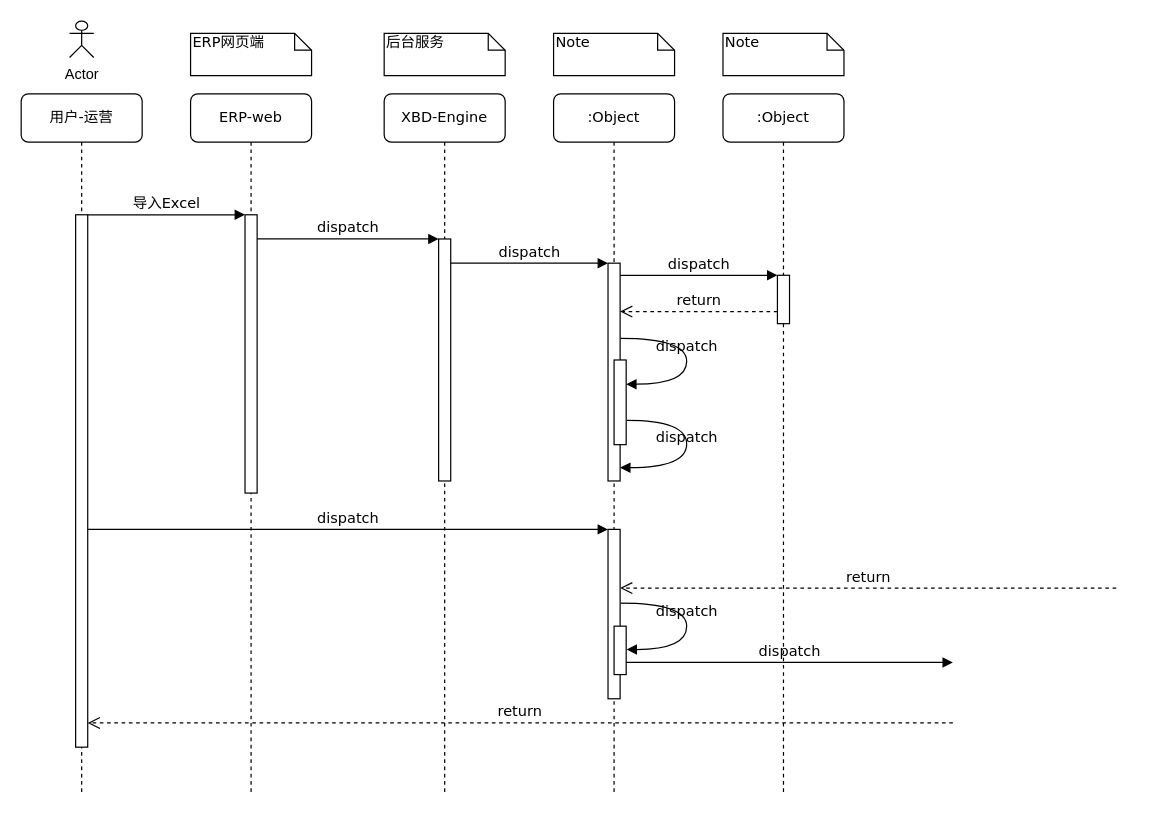
This is 未命名绘图.drawio from unclequentin/diagrams, a draw.io file, before an edit. Source tidied: cells renumbered, new cells numbered last; positions are measured from the earlier drawing's top-left corner, leaving out a move shared by most shapes. Both pictures are drawn from the tidied source at 121%, with x=0, y=0 at pixel (21, 21).
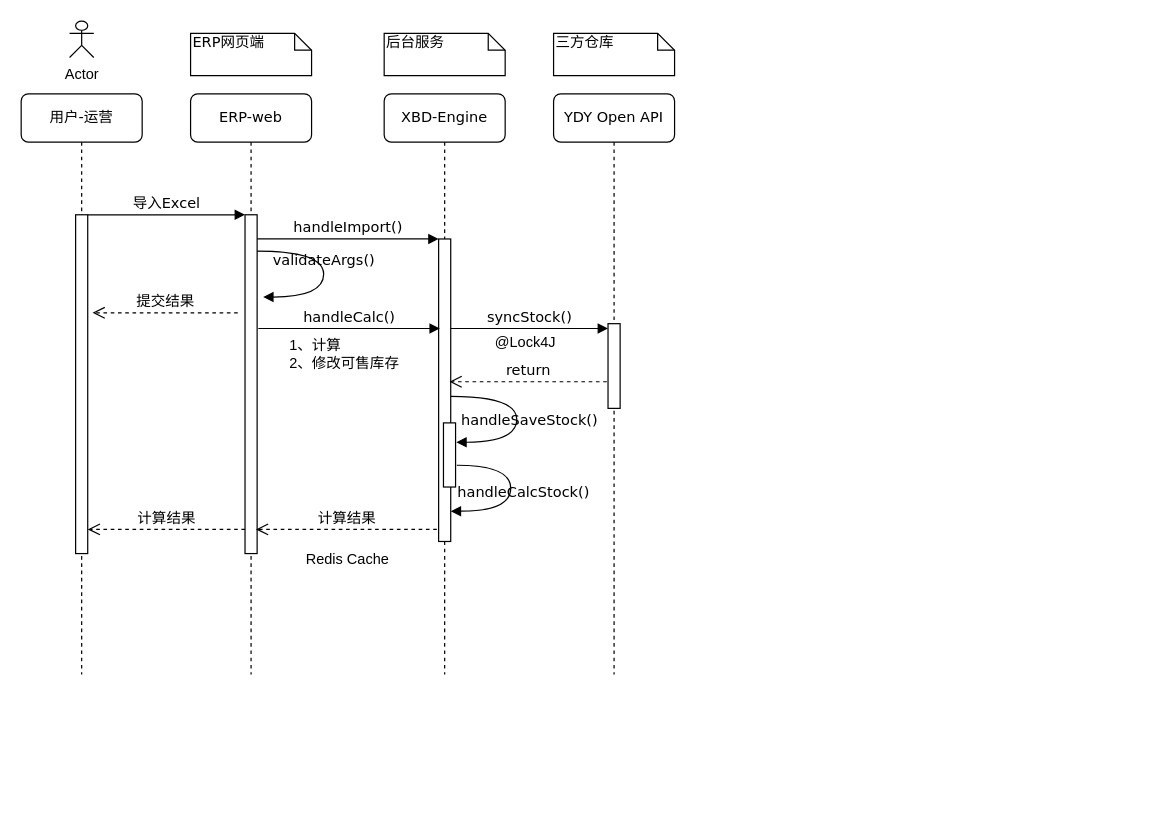
The same diagram, later.

Commit message:
更新未命名绘图.drawio

Diff of the diagram source:
```diff
@@
     <mxCell id="2" value="ERP-web" style="shape=umlLifeline;perimeter=lifelinePerimeter;whiteSpace=wrap;html=1;rounded=1;shadow=0;comic=0;labelBackgroundColor=none;strokeWidth=1;fontFamily=Verdana;fontSize=12;align=center;" parent="1" vertex="1">
-      <mxGeometry x="140" y="60" width="100" height="580" as="geometry" />
+      <mxGeometry x="140" y="60" width="100" height="480" as="geometry" />
     </mxCell>
     <mxCell id="3" style="html=1;points=[];perimeter=orthogonalPerimeter;rounded=0;shadow=0;comic=0;labelBackgroundColor=none;strokeWidth=1;fontFamily=Verdana;fontSize=12;align=center;" parent="2" vertex="1">
-      <mxGeometry x="45" y="100" width="10" height="230" as="geometry" />
+      <mxGeometry x="45" y="100" width="10" height="280" as="geometry" />
     </mxCell>
+    <mxCell id="32" value="提交结果" style="html=1;verticalAlign=bottom;endArrow=open;dashed=1;endSize=8;labelBackgroundColor=none;fontFamily=Verdana;fontSize=12;edgeStyle=elbowEdgeStyle;elbow=vertical;" parent="2" edge="1">
+      <mxGeometry relative="1" as="geometry">
+        <mxPoint x="39" y="181" as="sourcePoint" />
+        <mxPoint x="-81" y="181" as="targetPoint" />
+        <Array as="points">
+          <mxPoint x="-16" y="181" />
+          <mxPoint x="14" y="181" />
+        </Array>
+      </mxGeometry>
+    </mxCell>
+    <mxCell id="33" value="validateArgs()" style="html=1;verticalAlign=bottom;endArrow=block;labelBackgroundColor=none;fontFamily=Verdana;fontSize=12;elbow=vertical;edgeStyle=orthogonalEdgeStyle;curved=1;entryX=1;entryY=0.286;entryPerimeter=0;exitX=1.038;exitY=0.345;exitPerimeter=0;" parent="2" edge="1">
+      <mxGeometry relative="1" as="geometry">
+        <mxPoint x="55" y="130" as="sourcePoint" />
+        <mxPoint x="60" y="168" as="targetPoint" />
+        <Array as="points">
+          <mxPoint x="110" y="130" />
+          <mxPoint x="110" y="168" />
+        </Array>
+      </mxGeometry>
+    </mxCell>
+    <mxCell id="34" value="计算结果" style="html=1;verticalAlign=bottom;endArrow=open;dashed=1;endSize=8;labelBackgroundColor=none;fontFamily=Verdana;fontSize=12;edgeStyle=elbowEdgeStyle;elbow=vertical;entryX=1;entryY=0.929;entryDx=0;entryDy=0;entryPerimeter=0;" parent="2" edge="1" target="9">
+      <mxGeometry relative="1" as="geometry">
+        <mxPoint x="45" y="360" as="sourcePoint" />
+        <Array as="points">
+          <mxPoint x="-49.5" y="360" />
+          <mxPoint x="-19.5" y="360" />
+        </Array>
+      </mxGeometry>
+    </mxCell>
     <mxCell id="4" value="XBD-Engine" style="shape=umlLifeline;perimeter=lifelinePerimeter;whiteSpace=wrap;html=1;rounded=1;shadow=0;comic=0;labelBackgroundColor=none;strokeWidth=1;fontFamily=Verdana;fontSize=12;align=center;" parent="1" vertex="1">
-      <mxGeometry x="300" y="60" width="100" height="580" as="geometry" />
+      <mxGeometry x="300" y="60" width="100" height="480" as="geometry" />
     </mxCell>
     <mxCell id="5" style="html=1;points=[];perimeter=orthogonalPerimeter;rounded=0;shadow=0;comic=0;labelBackgroundColor=none;strokeWidth=1;fontFamily=Verdana;fontSize=12;align=center;" parent="4" vertex="1">
-      <mxGeometry x="45" y="120" width="10" height="200" as="geometry" />
+      <mxGeometry x="45" y="120" width="10" height="250" as="geometry" />
     </mxCell>
+    <mxCell id="23" value="handleSaveStock()" style="html=1;verticalAlign=bottom;endArrow=block;labelBackgroundColor=none;fontFamily=Verdana;fontSize=12;elbow=vertical;edgeStyle=orthogonalEdgeStyle;curved=1;entryX=1;entryY=0.286;entryPerimeter=0;exitX=1.038;exitY=0.345;exitPerimeter=0;" parent="4" edge="1">
+      <mxGeometry x="0.16" y="10" relative="1" as="geometry">
+        <mxPoint x="55" y="250.1" as="sourcePoint" />
+        <mxPoint x="59.6" y="288" as="targetPoint" />
+        <Array as="points">
+          <mxPoint x="109.6" y="250" />
+          <mxPoint x="109.6" y="288" />
+        </Array>
+      </mxGeometry>
+    </mxCell>
+    <mxCell id="22" style="html=1;points=[];perimeter=orthogonalPerimeter;rounded=0;shadow=0;comic=0;labelBackgroundColor=none;strokeWidth=1;fontFamily=Verdana;fontSize=12;align=center;" parent="4" vertex="1">
+      <mxGeometry x="49" y="272" width="10" height="53" as="geometry" />
+    </mxCell>
+    <mxCell id="35" value="handleCalcStock()" style="html=1;verticalAlign=bottom;endArrow=block;labelBackgroundColor=none;fontFamily=Verdana;fontSize=12;elbow=vertical;edgeStyle=orthogonalEdgeStyle;curved=1;" parent="4" edge="1">
+      <mxGeometry x="0.16" y="10" relative="1" as="geometry">
+        <mxPoint x="60" y="307" as="sourcePoint" />
+        <mxPoint x="55" y="345" as="targetPoint" />
+        <Array as="points">
+          <mxPoint x="104.6" y="306.9" />
+          <mxPoint x="104.6" y="344.9" />
+        </Array>
+      </mxGeometry>
+    </mxCell>
-    <mxCell id="6" value=":Object" style="shape=umlLifeline;perimeter=lifelinePerimeter;whiteSpace=wrap;html=1;rounded=1;shadow=0;comic=0;labelBackgroundColor=none;strokeWidth=1;fontFamily=Verdana;fontSize=12;align=center;" parent="1" vertex="1">
-      <mxGeometry x="440" y="60" width="100" height="580" as="geometry" />
+    <mxCell id="6" value="YDY Open API" style="shape=umlLifeline;perimeter=lifelinePerimeter;whiteSpace=wrap;html=1;rounded=1;shadow=0;comic=0;labelBackgroundColor=none;strokeWidth=1;fontFamily=Verdana;fontSize=12;align=center;" parent="1" vertex="1">
+      <mxGeometry x="440" y="60" width="100" height="480" as="geometry" />
     </mxCell>
-    <mxCell id="7" value=":Object" style="shape=umlLifeline;perimeter=lifelinePerimeter;whiteSpace=wrap;html=1;rounded=1;shadow=0;comic=0;labelBackgroundColor=none;strokeWidth=1;fontFamily=Verdana;fontSize=12;align=center;" parent="1" vertex="1">
-      <mxGeometry x="580" y="60" width="100" height="580" as="geometry" />
-    </mxCell>
     <mxCell id="8" value="用户-运营" style="shape=umlLifeline;perimeter=lifelinePerimeter;whiteSpace=wrap;html=1;rounded=1;shadow=0;comic=0;labelBackgroundColor=none;strokeWidth=1;fontFamily=Verdana;fontSize=12;align=center;" parent="1" vertex="1">
-      <mxGeometry y="60" width="100" height="580" as="geometry" />
+      <mxGeometry y="60" width="100" height="480" as="geometry" />
     </mxCell>
     <mxCell id="9" style="html=1;points=[];perimeter=orthogonalPerimeter;rounded=0;shadow=0;comic=0;labelBackgroundColor=none;strokeWidth=1;fontFamily=Verdana;fontSize=12;align=center;" parent="8" vertex="1">
-      <mxGeometry x="45" y="100" width="10" height="440" as="geometry" />
+      <mxGeometry x="45" y="100" width="10" height="280" as="geometry" />
     </mxCell>
     <mxCell id="10" style="html=1;points=[];perimeter=orthogonalPerimeter;rounded=0;shadow=0;comic=0;labelBackgroundColor=none;strokeWidth=1;fontFamily=Verdana;fontSize=12;align=center;" parent="1" vertex="1">
-      <mxGeometry x="485" y="200" width="10" height="180" as="geometry" />
+      <mxGeometry x="485" y="250" width="10" height="70" as="geometry" />
     </mxCell>
-    <mxCell id="11" value="dispatch" style="html=1;verticalAlign=bottom;endArrow=block;labelBackgroundColor=none;fontFamily=Verdana;fontSize=12;edgeStyle=elbowEdgeStyle;elbow=vertical;" parent="1" edge="1" source="5" target="10">
+    <mxCell id="11" value="syncStock()" style="html=1;verticalAlign=bottom;endArrow=block;labelBackgroundColor=none;fontFamily=Verdana;fontSize=12;edgeStyle=elbowEdgeStyle;elbow=vertical;" parent="1" edge="1">
       <mxGeometry relative="1" as="geometry">
+        <mxPoint x="355" y="254" as="sourcePoint" />
+        <mxPoint x="485" y="254" as="targetPoint" />
         <Array as="points">
-          <mxPoint x="360" y="200" />
+          <mxPoint x="360" y="254" />
         </Array>
       </mxGeometry>
     </mxCell>
-    <mxCell id="12" style="html=1;points=[];perimeter=orthogonalPerimeter;rounded=0;shadow=0;comic=0;labelBackgroundColor=none;strokeWidth=1;fontFamily=Verdana;fontSize=12;align=center;" parent="1" vertex="1">
-      <mxGeometry x="625" y="210" width="10" height="40" as="geometry" />
-    </mxCell>
-    <mxCell id="13" value="dispatch" style="html=1;verticalAlign=bottom;endArrow=block;entryX=0;entryY=0;labelBackgroundColor=none;fontFamily=Verdana;fontSize=12;edgeStyle=elbowEdgeStyle;elbow=vertical;" parent="1" edge="1" source="10" target="12">
-      <mxGeometry relative="1" as="geometry" />
-    </mxCell>
-    <mxCell id="14" value="return" style="html=1;verticalAlign=bottom;endArrow=open;dashed=1;endSize=8;labelBackgroundColor=none;fontFamily=Verdana;fontSize=12;edgeStyle=elbowEdgeStyle;elbow=vertical;" parent="1" edge="1" source="12" target="10">
-      <mxGeometry relative="1" as="geometry">
-        <Array as="points">
-          <mxPoint x="570" y="240" />
-          <mxPoint x="600" y="240" />
-        </Array>
-      </mxGeometry>
-    </mxCell>
-    <mxCell id="15" style="html=1;points=[];perimeter=orthogonalPerimeter;rounded=0;shadow=0;comic=0;labelBackgroundColor=none;strokeWidth=1;fontFamily=Verdana;fontSize=12;align=center;" parent="1" vertex="1">
-      <mxGeometry x="485" y="420" width="10" height="140" as="geometry" />
-    </mxCell>
-    <mxCell id="16" value="dispatch" style="html=1;verticalAlign=bottom;endArrow=block;entryX=0;entryY=0;labelBackgroundColor=none;fontFamily=Verdana;fontSize=12;" parent="1" edge="1" source="9" target="15">
-      <mxGeometry relative="1" as="geometry" />
-    </mxCell>
-    <mxCell id="17" value="return" style="html=1;verticalAlign=bottom;endArrow=open;dashed=1;endSize=8;exitX=0;exitY=0.95;labelBackgroundColor=none;fontFamily=Verdana;fontSize=12;" parent="1" edge="1" target="15">
-      <mxGeometry relative="1" as="geometry">
-        <mxPoint x="905" y="468.5" as="sourcePoint" />
-      </mxGeometry>
-    </mxCell>
-    <mxCell id="18" value="dispatch" style="html=1;verticalAlign=bottom;endArrow=block;entryX=0;entryY=0;labelBackgroundColor=none;fontFamily=Verdana;fontSize=12;edgeStyle=elbowEdgeStyle;elbow=vertical;" parent="1" edge="1" source="25">
-      <mxGeometry relative="1" as="geometry">
-        <mxPoint x="770" y="530" as="targetPoint" />
-      </mxGeometry>
-    </mxCell>
-    <mxCell id="19" value="return" style="html=1;verticalAlign=bottom;endArrow=open;dashed=1;endSize=8;labelBackgroundColor=none;fontFamily=Verdana;fontSize=12;edgeStyle=elbowEdgeStyle;elbow=vertical;" parent="1" edge="1" target="9">
-      <mxGeometry relative="1" as="geometry">
-        <mxPoint x="770" y="580" as="sourcePoint" />
-        <Array as="points">
-          <mxPoint x="470" y="580" />
-        </Array>
-      </mxGeometry>
-    </mxCell>
@@
-    <mxCell id="21" value="dispatch" style="html=1;verticalAlign=bottom;endArrow=block;entryX=0;entryY=0;labelBackgroundColor=none;fontFamily=Verdana;fontSize=12;edgeStyle=elbowEdgeStyle;elbow=vertical;" parent="1" edge="1" source="3" target="5">
+    <mxCell id="21" value="handleImport()" style="html=1;verticalAlign=bottom;endArrow=block;entryX=0;entryY=0;labelBackgroundColor=none;fontFamily=Verdana;fontSize=12;edgeStyle=elbowEdgeStyle;elbow=vertical;" parent="1" edge="1" source="3" target="5">
       <mxGeometry relative="1" as="geometry" />
     </mxCell>
-    <mxCell id="22" style="html=1;points=[];perimeter=orthogonalPerimeter;rounded=0;shadow=0;comic=0;labelBackgroundColor=none;strokeWidth=1;fontFamily=Verdana;fontSize=12;align=center;" parent="1" vertex="1">
-      <mxGeometry x="490" y="280" width="10" height="70" as="geometry" />
-    </mxCell>
-    <mxCell id="23" value="dispatch" style="html=1;verticalAlign=bottom;endArrow=block;labelBackgroundColor=none;fontFamily=Verdana;fontSize=12;elbow=vertical;edgeStyle=orthogonalEdgeStyle;curved=1;entryX=1;entryY=0.286;entryPerimeter=0;exitX=1.038;exitY=0.345;exitPerimeter=0;" parent="1" edge="1" source="10" target="22">
-      <mxGeometry relative="1" as="geometry">
-        <Array as="points">
-          <mxPoint x="550" y="262" />
-          <mxPoint x="550" y="300" />
-        </Array>
-      </mxGeometry>
-    </mxCell>
-    <mxCell id="24" value="dispatch" style="html=1;verticalAlign=bottom;endArrow=block;labelBackgroundColor=none;fontFamily=Verdana;fontSize=12;elbow=vertical;edgeStyle=orthogonalEdgeStyle;curved=1;exitX=1.066;exitY=0.713;exitPerimeter=0;" parent="1" edge="1" source="22">
-      <mxGeometry relative="1" as="geometry">
-        <mxPoint x="495" y="369" as="targetPoint" />
-        <Array as="points">
-          <mxPoint x="550" y="330" />
-          <mxPoint x="550" y="369" />
-        </Array>
-      </mxGeometry>
-    </mxCell>
-    <mxCell id="25" style="html=1;points=[];perimeter=orthogonalPerimeter;rounded=0;shadow=0;comic=0;labelBackgroundColor=none;strokeWidth=1;fontFamily=Verdana;fontSize=12;align=center;" parent="1" vertex="1">
-      <mxGeometry x="490" y="500" width="10" height="40" as="geometry" />
-    </mxCell>
-    <mxCell id="26" value="dispatch" style="html=1;verticalAlign=bottom;endArrow=block;labelBackgroundColor=none;fontFamily=Verdana;fontSize=12;elbow=vertical;edgeStyle=orthogonalEdgeStyle;curved=1;entryX=1;entryY=0.286;entryPerimeter=0;exitX=1.038;exitY=0.345;exitPerimeter=0;" parent="1" edge="1">
-      <mxGeometry relative="1" as="geometry">
-        <mxPoint x="495.3" y="481" as="sourcePoint" />
-        <mxPoint x="500.3" y="519.3" as="targetPoint" />
-        <Array as="points">
-          <mxPoint x="550" y="481" />
-          <mxPoint x="550" y="519" />
-        </Array>
-      </mxGeometry>
-    </mxCell>
@@
-    <mxCell id="29" value="Note" style="shape=note;whiteSpace=wrap;html=1;size=14;verticalAlign=top;align=left;spacingTop=-6;rounded=0;shadow=0;comic=0;labelBackgroundColor=none;strokeWidth=1;fontFamily=Verdana;fontSize=12;" parent="1" vertex="1">
+    <mxCell id="29" value="三方仓库" style="shape=note;whiteSpace=wrap;html=1;size=14;verticalAlign=top;align=left;spacingTop=-6;rounded=0;shadow=0;comic=0;labelBackgroundColor=none;strokeWidth=1;fontFamily=Verdana;fontSize=12;" parent="1" vertex="1">
       <mxGeometry x="440" y="10" width="100" height="35" as="geometry" />
     </mxCell>
-    <mxCell id="30" value="Note" style="shape=note;whiteSpace=wrap;html=1;size=14;verticalAlign=top;align=left;spacingTop=-6;rounded=0;shadow=0;comic=0;labelBackgroundColor=none;strokeWidth=1;fontFamily=Verdana;fontSize=12;" parent="1" vertex="1">
-      <mxGeometry x="580" y="10" width="100" height="35" as="geometry" />
-    </mxCell>
@@
+    <mxCell id="36" value="handleCalc()" style="html=1;verticalAlign=bottom;endArrow=block;entryX=0;entryY=0;labelBackgroundColor=none;fontFamily=Verdana;fontSize=12;edgeStyle=elbowEdgeStyle;elbow=vertical;" parent="1" edge="1">
+      <mxGeometry relative="1" as="geometry">
+        <mxPoint x="196" y="254" as="sourcePoint" />
+        <mxPoint x="346" y="254" as="targetPoint" />
+      </mxGeometry>
+    </mxCell>
+    <mxCell id="37" value="1、计算&lt;div&gt;2、修改可售库存&lt;/div&gt;" style="text;html=1;align=left;verticalAlign=middle;whiteSpace=wrap;rounded=0;fillColor=default;" parent="1" vertex="1">
+      <mxGeometry x="220" y="260" width="110" height="30" as="geometry" />
+    </mxCell>
+    <mxCell id="38" value="return" style="html=1;verticalAlign=bottom;endArrow=open;dashed=1;endSize=8;labelBackgroundColor=none;fontFamily=Verdana;fontSize=12;edgeStyle=elbowEdgeStyle;elbow=vertical;entryX=0.5;entryY=0.314;entryDx=0;entryDy=0;entryPerimeter=0;" parent="1" edge="1">
+      <mxGeometry relative="1" as="geometry">
+        <mxPoint x="484" y="298" as="sourcePoint" />
+        <mxPoint x="354" y="297.9" as="targetPoint" />
+        <Array as="points">
+          <mxPoint x="429" y="298" />
+          <mxPoint x="459" y="298" />
+        </Array>
+      </mxGeometry>
+    </mxCell>
+    <mxCell id="39" value="计算结果" style="html=1;verticalAlign=bottom;endArrow=open;dashed=1;endSize=8;labelBackgroundColor=none;fontFamily=Verdana;fontSize=12;edgeStyle=elbowEdgeStyle;elbow=vertical;" parent="1" edge="1">
+      <mxGeometry relative="1" as="geometry">
+        <mxPoint x="343.5" y="420" as="sourcePoint" />
+        <mxPoint x="194" y="420" as="targetPoint" />
+        <Array as="points">
+          <mxPoint x="249" y="420" />
+          <mxPoint x="279" y="420" />
+        </Array>
+      </mxGeometry>
+    </mxCell>
+    <mxCell id="40" value="@Lock4J" style="text;html=1;align=center;verticalAlign=middle;whiteSpace=wrap;rounded=0;" parent="1" vertex="1">
+      <mxGeometry x="387" y="258" width="60" height="15" as="geometry" />
+    </mxCell>
+    <mxCell id="41" value="Redis Cache" style="text;html=1;align=center;verticalAlign=middle;whiteSpace=wrap;rounded=0;" parent="1" vertex="1">
+      <mxGeometry x="230" y="430" width="80" height="30" as="geometry" />
+    </mxCell>
```
